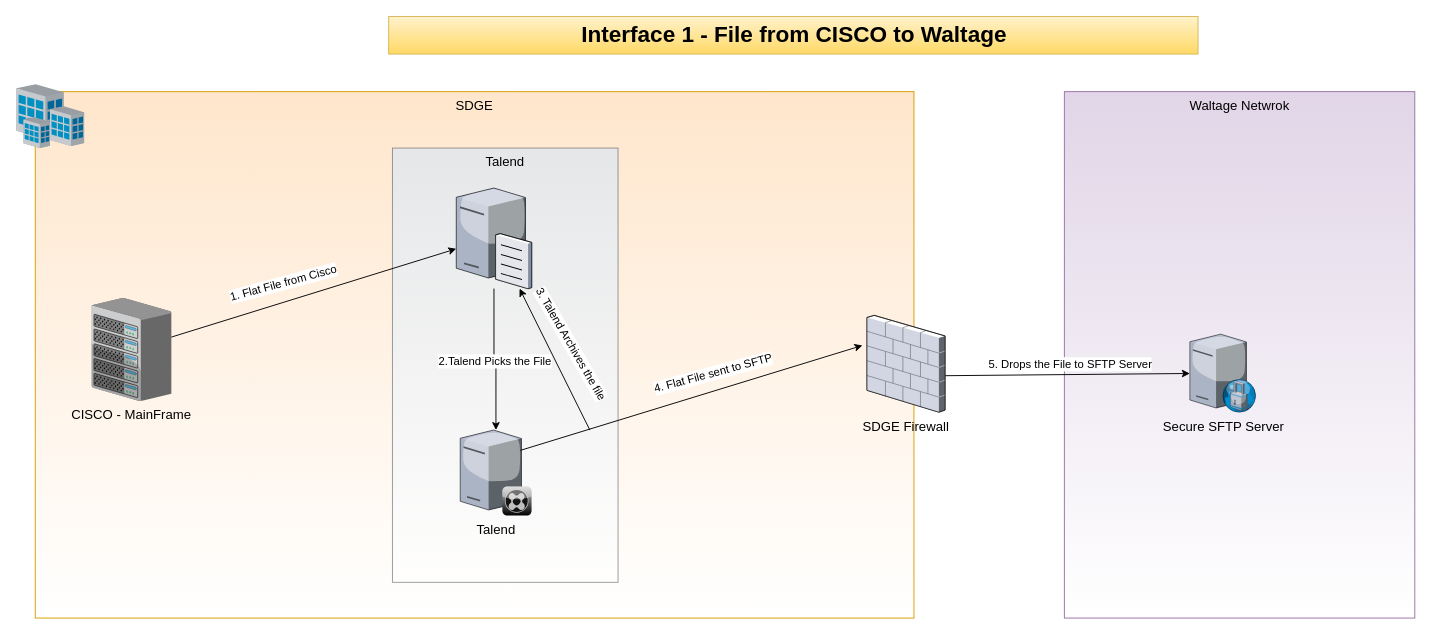
The draw.io diagram Untitled Diagram.drawio in reach2nipun/IntegrationDiagrams, before the edit. Source tidied: cells renumbered, new cells numbered last; positions are measured from the earlier drawing's top-left corner, leaving out a move shared by most shapes. Both pictures are drawn from the tidied source at 94%, with x=0, y=0 at pixel (16, 16).
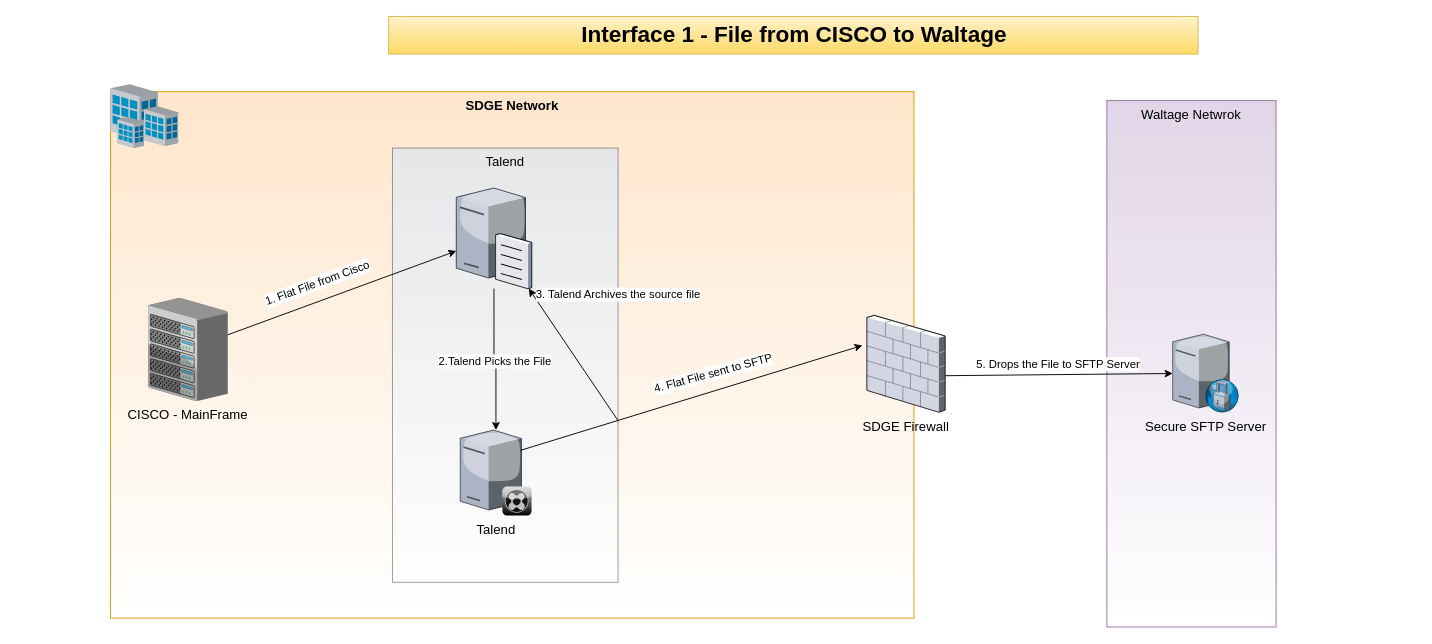
The same page after the edit.

Commit message:
TalendEncryptionProject_Interface1

The change refers to these unchanged cells:
```xml
<mxCell id="11" style="endArrow=classic;html=1;" parent="1" edge="1" source="6" target="19">
  <mxGeometry relative="1" as="geometry" />
</mxCell>
<mxCell id="19" style="verticalLabelPosition=bottom;html=1;verticalAlign=top;strokeColor=none;align=center;outlineConnect=0;shape=mxgraph.citrix.file_server;" parent="1" vertex="1">
  <mxGeometry x="467.9" y="180" width="80.2" height="109.5" as="geometry" />
</mxCell>
```

Diff of the diagram source:
```diff
@@
-    <mxCell id="2" value="SDGE" style="whiteSpace=wrap;html=1;fillColor=#ffe6cc;fontSize=14;strokeColor=#d79b00;verticalAlign=top;gradientColor=#ffffff;" parent="1" vertex="1">
-      <mxGeometry x="20" y="80" width="934.8" height="560" as="geometry" />
+    <mxCell id="2" value="&lt;b&gt;SDGE Network&lt;/b&gt;" style="whiteSpace=wrap;html=1;fillColor=#ffe6cc;fontSize=14;strokeColor=#d79b00;verticalAlign=top;gradientColor=#ffffff;" parent="1" vertex="1">
+      <mxGeometry x="100" y="80" width="854.8" height="560" as="geometry" />
     </mxCell>
@@
     <mxCell id="4" value="Waltage Netwrok" style="whiteSpace=wrap;html=1;fillColor=#e1d5e7;fontSize=14;strokeColor=#9673a6;verticalAlign=top;gradientColor=#ffffff;" parent="1" vertex="1">
-      <mxGeometry x="1114.8" y="80" width="372.8" height="560" as="geometry" />
+      <mxGeometry x="1160" y="89.5" width="180" height="560" as="geometry" />
     </mxCell>
@@
     <mxCell id="6" value="CISCO - MainFrame" style="verticalLabelPosition=bottom;html=1;verticalAlign=top;strokeColor=none;shape=mxgraph.citrix.chassis;fillColor=#66B2FF;gradientColor=#0066CC;fontSize=14;" parent="1" vertex="1">
-      <mxGeometry x="80" y="299.5" width="84.8" height="109.5" as="geometry" />
+      <mxGeometry x="140" y="299.5" width="84.8" height="109.5" as="geometry" />
     </mxCell>
@@
     <mxCell id="8" value="Secure SFTP Server" style="verticalLabelPosition=bottom;html=1;verticalAlign=top;strokeColor=none;shape=mxgraph.citrix.proxy_server;fillColor=#66B2FF;gradientColor=#0066CC;fontSize=14;" parent="1" vertex="1">
-      <mxGeometry x="1248.3" y="338" width="70.5" height="83" as="geometry" />
+      <mxGeometry x="1230" y="338" width="70.5" height="83" as="geometry" />
     </mxCell>
     <mxCell id="9" style="verticalLabelPosition=bottom;html=1;verticalAlign=top;strokeColor=none;shape=mxgraph.citrix.site;fillColor=#66B2FF;gradientColor=#0066CC;fontSize=14;" parent="1" vertex="1">
-      <mxGeometry y="72" width="72" height="68" as="geometry" />
+      <mxGeometry x="100" y="72" width="72" height="68" as="geometry" />
     </mxCell>
@@
-    <mxCell id="12" value="1. Flat File from Cisco" style="text;html=1;align=center;verticalAlign=middle;labelBackgroundColor=#ffffff;rotation=-15;" parent="11" vertex="1">
+    <mxCell id="12" value="1. Flat File from Cisco" style="text;html=1;align=center;verticalAlign=middle;labelBackgroundColor=#ffffff;rotation=-20;" parent="11" vertex="1">
       <mxGeometry x="-0.21" y="3" relative="1" as="geometry">
         <mxPoint y="-17.2" as="offset" />
       </mxGeometry>
     </mxCell>
@@
     <mxCell id="20" style="endArrow=classic;html=1;" parent="1" edge="1" target="19">
       <mxGeometry relative="1" as="geometry">
-        <mxPoint x="610" y="440" as="sourcePoint" />
+        <mxPoint x="640" y="430" as="sourcePoint" />
       </mxGeometry>
     </mxCell>
-    <mxCell id="21" value="3. Talend Archives the file" style="text;html=1;align=center;verticalAlign=middle;labelBackgroundColor=#ffffff;rotation=60;" parent="20" vertex="1">
+    <mxCell id="21" value="3. Talend Archives the source file" style="text;html=1;align=center;verticalAlign=middle;labelBackgroundColor=#ffffff;rotation=0;" parent="20" vertex="1">
       <mxGeometry x="0.11" y="1" relative="1" as="geometry">
-        <mxPoint x="22.9" y="-9.3" as="offset" />
+        <mxPoint x="52.7" y="-56.8" as="offset" />
       </mxGeometry>
     </mxCell>
```
